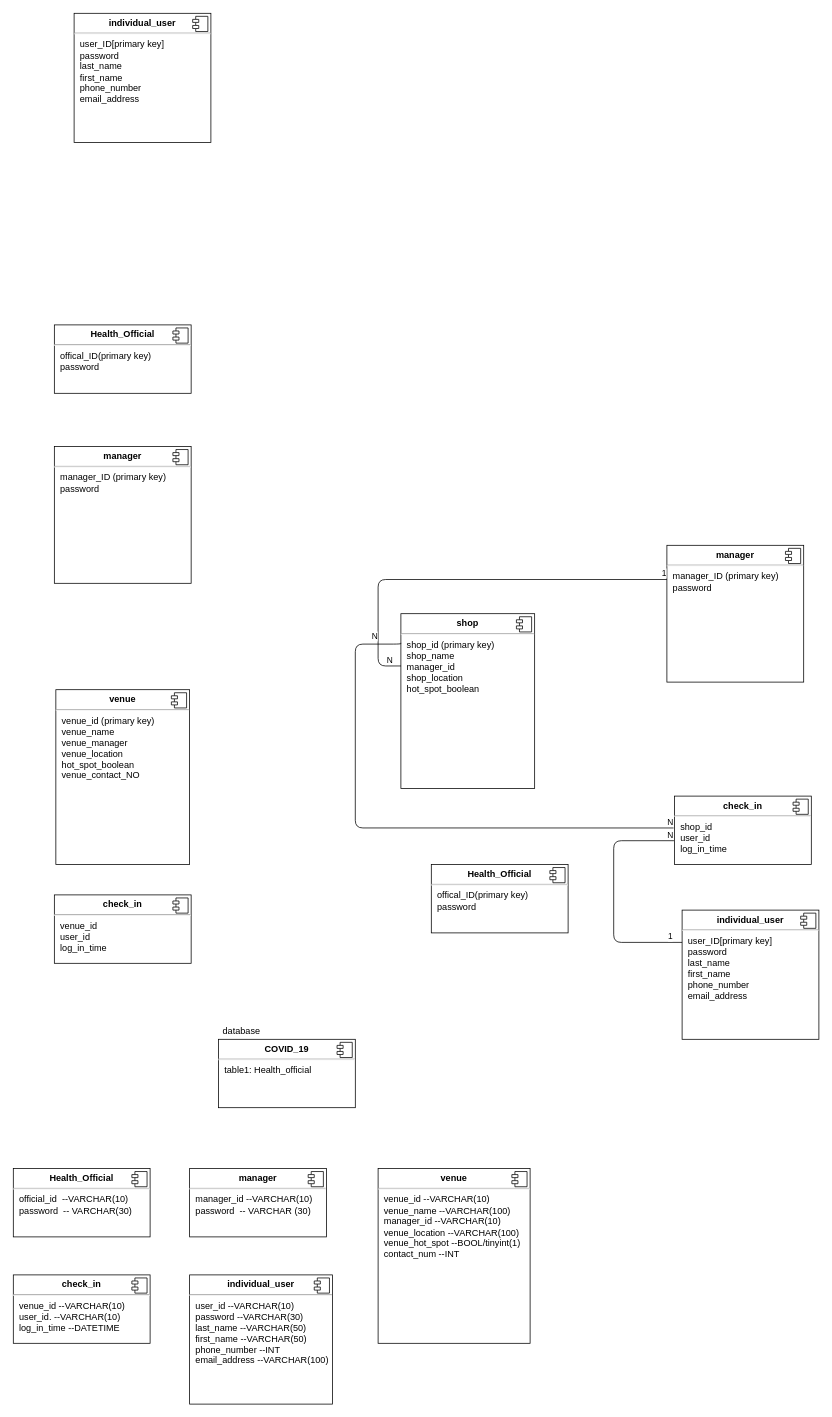
Before: schema.drawio in s1-wdc-project/COVID-tracing-system, a draw.io diagram. Source tidied: cells renumbered, new cells numbered last; positions are measured from the earlier drawing's top-left corner, leaving out a move shared by most shapes. Both pictures are drawn from the tidied source at 76%, with x=0, y=0 at pixel (13, 13).
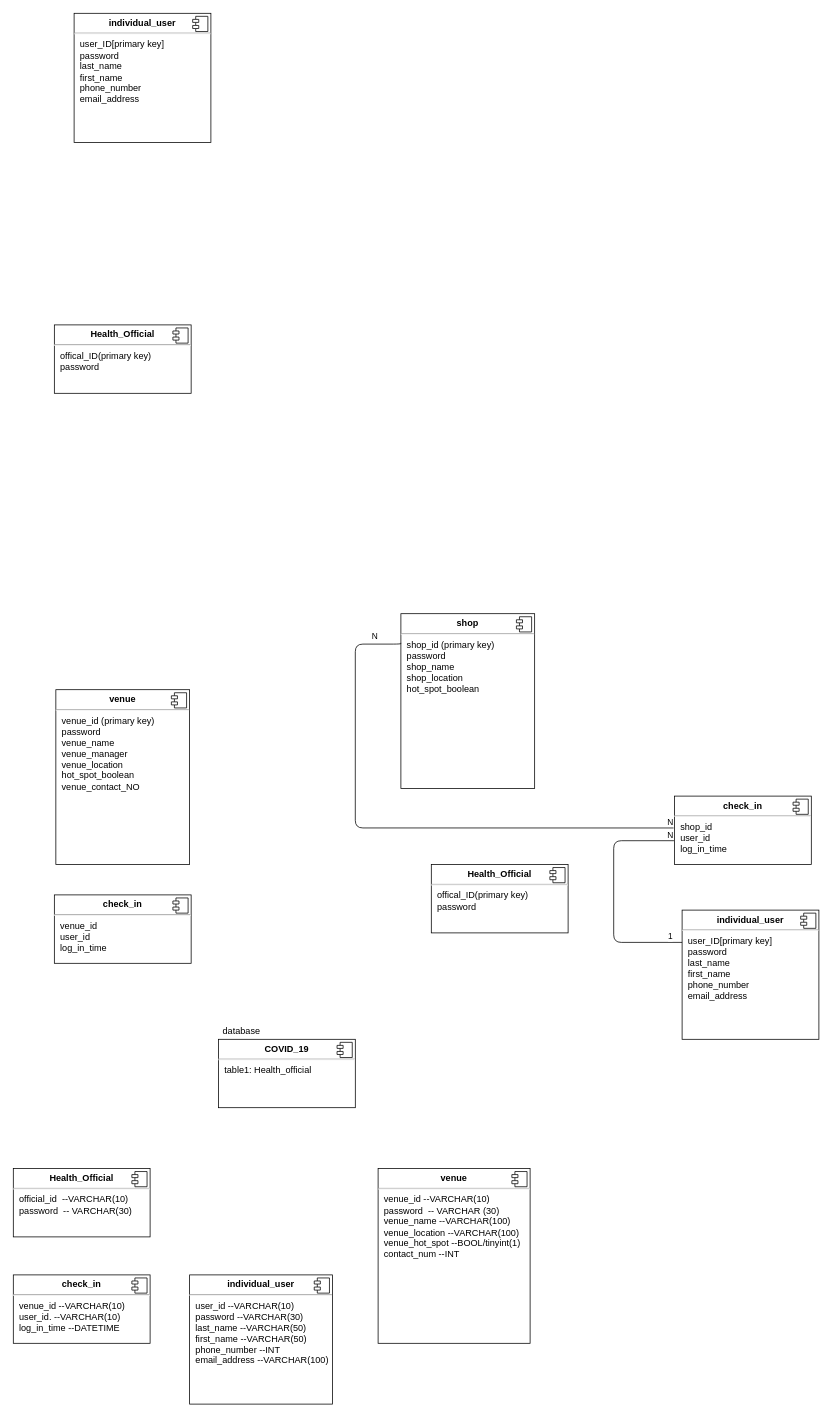
Above is the later version.

Change to the diagram source:
```diff
@@
-    <mxCell id="4" value="&lt;p style=&quot;margin: 0px ; margin-top: 6px ; text-align: center&quot;&gt;&lt;b&gt;manager&lt;/b&gt;&lt;/p&gt;&lt;hr&gt;&lt;p style=&quot;margin: 0px ; margin-left: 8px&quot;&gt;manager_ID (primary key)&lt;/p&gt;&lt;p style=&quot;margin: 0px ; margin-left: 8px&quot;&gt;&lt;span&gt;password&lt;/span&gt;&lt;br&gt;&lt;/p&gt;&lt;p style=&quot;margin: 0px ; margin-left: 8px&quot;&gt;&lt;br&gt;&lt;/p&gt;" style="align=left;overflow=fill;html=1;" parent="1" vertex="1">
-      <mxGeometry x="54" y="570" width="180" height="180" as="geometry" />
-    </mxCell>
-    <mxCell id="5" style="shape=component;jettyWidth=8;jettyHeight=4;" parent="4" vertex="1">
-      <mxGeometry x="1" width="20" height="20" relative="1" as="geometry">
-        <mxPoint x="-24" y="4" as="offset" />
-      </mxGeometry>
-    </mxCell>
@@
-    <mxCell id="8" value="&lt;p style=&quot;margin: 0px ; margin-top: 6px ; text-align: center&quot;&gt;&lt;b&gt;venue&lt;/b&gt;&lt;/p&gt;&lt;hr&gt;&lt;p style=&quot;margin: 0px ; margin-left: 8px&quot;&gt;venue_id (primary key)&lt;/p&gt;&lt;p style=&quot;margin: 0px ; margin-left: 8px&quot;&gt;&lt;span&gt;venue_name&amp;nbsp;&lt;/span&gt;&lt;br&gt;&lt;/p&gt;&lt;p style=&quot;margin: 0px ; margin-left: 8px&quot;&gt;&lt;span&gt;venue_manager&lt;/span&gt;&lt;/p&gt;&lt;p style=&quot;margin: 0px ; margin-left: 8px&quot;&gt;&lt;span&gt;venue_location&amp;nbsp;&lt;/span&gt;&lt;/p&gt;&lt;p style=&quot;margin: 0px ; margin-left: 8px&quot;&gt;&lt;span&gt;hot_spot_boolean&lt;/span&gt;&lt;/p&gt;&lt;p style=&quot;margin: 0px ; margin-left: 8px&quot;&gt;&lt;span&gt;venue_contact_NO&lt;/span&gt;&lt;/p&gt;&lt;p style=&quot;margin: 0px ; margin-left: 8px&quot;&gt;&lt;br&gt;&lt;/p&gt;&lt;p style=&quot;margin: 0px ; margin-left: 8px&quot;&gt;&lt;span&gt;&lt;br&gt;&lt;/span&gt;&lt;/p&gt;&lt;p style=&quot;margin: 0px ; margin-left: 8px&quot;&gt;&lt;span&gt;&lt;br&gt;&lt;/span&gt;&lt;/p&gt;" style="align=left;overflow=fill;html=1;" parent="1" vertex="1">
+    <mxCell id="8" value="&lt;p style=&quot;margin: 0px ; margin-top: 6px ; text-align: center&quot;&gt;&lt;b&gt;venue&lt;/b&gt;&lt;/p&gt;&lt;hr&gt;&lt;p style=&quot;margin: 0px ; margin-left: 8px&quot;&gt;venue_id (primary key)&lt;/p&gt;&lt;p style=&quot;margin: 0px ; margin-left: 8px&quot;&gt;password&lt;br&gt;&lt;/p&gt;&lt;p style=&quot;margin: 0px ; margin-left: 8px&quot;&gt;&lt;span&gt;venue_name&amp;nbsp;&lt;/span&gt;&lt;br&gt;&lt;/p&gt;&lt;p style=&quot;margin: 0px ; margin-left: 8px&quot;&gt;&lt;span&gt;venue_manager&lt;/span&gt;&lt;/p&gt;&lt;p style=&quot;margin: 0px ; margin-left: 8px&quot;&gt;&lt;span&gt;venue_location&amp;nbsp;&lt;/span&gt;&lt;/p&gt;&lt;p style=&quot;margin: 0px ; margin-left: 8px&quot;&gt;&lt;span&gt;hot_spot_boolean&lt;/span&gt;&lt;/p&gt;&lt;p style=&quot;margin: 0px ; margin-left: 8px&quot;&gt;&lt;span&gt;venue_contact_NO&lt;/span&gt;&lt;/p&gt;&lt;p style=&quot;margin: 0px ; margin-left: 8px&quot;&gt;&lt;br&gt;&lt;/p&gt;&lt;p style=&quot;margin: 0px ; margin-left: 8px&quot;&gt;&lt;span&gt;&lt;br&gt;&lt;/span&gt;&lt;/p&gt;&lt;p style=&quot;margin: 0px ; margin-left: 8px&quot;&gt;&lt;span&gt;&lt;br&gt;&lt;/span&gt;&lt;/p&gt;" style="align=left;overflow=fill;html=1;" parent="1" vertex="1">
       <mxGeometry x="56" y="890" width="176" height="230" as="geometry" />
     </mxCell>
@@
-    <mxCell id="14" value="&lt;p style=&quot;margin: 0px ; margin-top: 6px ; text-align: center&quot;&gt;&lt;b&gt;manager&lt;/b&gt;&lt;/p&gt;&lt;hr&gt;&lt;p style=&quot;margin: 0px ; margin-left: 8px&quot;&gt;manager_ID (primary key)&lt;/p&gt;&lt;p style=&quot;margin: 0px ; margin-left: 8px&quot;&gt;&lt;span&gt;password&lt;/span&gt;&lt;br&gt;&lt;/p&gt;&lt;p style=&quot;margin: 0px ; margin-left: 8px&quot;&gt;&lt;br&gt;&lt;/p&gt;" style="align=left;overflow=fill;html=1;" parent="1" vertex="1">
-      <mxGeometry x="860" y="700" width="180" height="180" as="geometry" />
-    </mxCell>
-    <mxCell id="15" style="shape=component;jettyWidth=8;jettyHeight=4;" parent="14" vertex="1">
-      <mxGeometry x="1" width="20" height="20" relative="1" as="geometry">
-        <mxPoint x="-24" y="4" as="offset" />
-      </mxGeometry>
-    </mxCell>
-    <mxCell id="16" value="&lt;p style=&quot;margin: 0px ; margin-top: 6px ; text-align: center&quot;&gt;&lt;b&gt;shop&lt;/b&gt;&lt;/p&gt;&lt;hr&gt;&lt;p style=&quot;margin: 0px ; margin-left: 8px&quot;&gt;shop_id (primary key)&lt;/p&gt;&lt;p style=&quot;margin: 0px ; margin-left: 8px&quot;&gt;&lt;span&gt;shop_name&amp;nbsp;&lt;/span&gt;&lt;/p&gt;&lt;p style=&quot;margin: 0px ; margin-left: 8px&quot;&gt;&lt;span&gt;manager_id&lt;/span&gt;&lt;/p&gt;&lt;p style=&quot;margin: 0px ; margin-left: 8px&quot;&gt;&lt;span&gt;shop_location&amp;nbsp;&lt;/span&gt;&lt;/p&gt;&lt;p style=&quot;margin: 0px ; margin-left: 8px&quot;&gt;&lt;span&gt;hot_spot_boolean&lt;/span&gt;&lt;/p&gt;&lt;p style=&quot;margin: 0px ; margin-left: 8px&quot;&gt;&lt;span&gt;&lt;br&gt;&lt;/span&gt;&lt;/p&gt;&lt;p style=&quot;margin: 0px ; margin-left: 8px&quot;&gt;&lt;span&gt;&lt;br&gt;&lt;/span&gt;&lt;/p&gt;" style="align=left;overflow=fill;html=1;" parent="1" vertex="1">
+    <mxCell id="16" value="&lt;p style=&quot;margin: 0px ; margin-top: 6px ; text-align: center&quot;&gt;&lt;b&gt;shop&lt;/b&gt;&lt;/p&gt;&lt;hr&gt;&lt;p style=&quot;margin: 0px ; margin-left: 8px&quot;&gt;shop_id (primary key&lt;span&gt;)&lt;/span&gt;&lt;/p&gt;&lt;p style=&quot;margin: 0px 0px 0px 8px&quot;&gt;password&lt;/p&gt;&lt;p style=&quot;margin: 0px ; margin-left: 8px&quot;&gt;&lt;span&gt;shop_name&amp;nbsp;&lt;/span&gt;&lt;/p&gt;&lt;p style=&quot;margin: 0px ; margin-left: 8px&quot;&gt;&lt;span&gt;shop_location&amp;nbsp;&lt;/span&gt;&lt;/p&gt;&lt;p style=&quot;margin: 0px ; margin-left: 8px&quot;&gt;&lt;span&gt;hot_spot_boolean&lt;/span&gt;&lt;/p&gt;&lt;p style=&quot;margin: 0px ; margin-left: 8px&quot;&gt;&lt;span&gt;&lt;br&gt;&lt;/span&gt;&lt;/p&gt;&lt;p style=&quot;margin: 0px ; margin-left: 8px&quot;&gt;&lt;span&gt;&lt;br&gt;&lt;/span&gt;&lt;/p&gt;" style="align=left;overflow=fill;html=1;" parent="1" vertex="1">
       <mxGeometry x="510" y="790" width="176" height="230" as="geometry" />
     </mxCell>
@@
-    <mxCell id="18" style="endArrow=none;html=1;edgeStyle=orthogonalEdgeStyle;entryX=0;entryY=0.25;entryDx=0;entryDy=0;exitX=0.001;exitY=0.299;exitDx=0;exitDy=0;exitPerimeter=0;" parent="1" edge="1" source="16" target="14">
-      <mxGeometry relative="1" as="geometry">
-        <Array as="points">
-          <mxPoint x="480" y="859" />
-          <mxPoint x="480" y="745" />
-        </Array>
-      </mxGeometry>
-    </mxCell>
-    <mxCell id="19" value="N" style="edgeLabel;html=1;align=left;verticalAlign=bottom;" parent="18" vertex="1">
-      <mxGeometry x="-1" relative="1" as="geometry">
-        <mxPoint x="-20" as="offset" />
-      </mxGeometry>
-    </mxCell>
-    <mxCell id="20" value="1" style="edgeLabel;html=1;align=right;verticalAlign=bottom;" parent="18" vertex="1">
-      <mxGeometry x="1" relative="1" as="geometry" />
-    </mxCell>
@@
-    <mxCell id="36" value="&lt;p style=&quot;margin: 0px ; margin-top: 6px ; text-align: center&quot;&gt;&lt;b&gt;manager&lt;/b&gt;&lt;/p&gt;&lt;hr&gt;&lt;p style=&quot;margin: 0px ; margin-left: 8px&quot;&gt;manager_id --VARCHAR(10)&lt;/p&gt;&lt;p style=&quot;margin: 0px ; margin-left: 8px&quot;&gt;password&amp;nbsp; -- VARCHAR (30)&lt;/p&gt;&lt;p style=&quot;margin: 0px ; margin-left: 8px&quot;&gt;&lt;br&gt;&lt;/p&gt;" style="align=left;overflow=fill;html=1;" parent="1" vertex="1">
-      <mxGeometry x="232" y="1520" width="180" height="90" as="geometry" />
-    </mxCell>
-    <mxCell id="37" style="shape=component;jettyWidth=8;jettyHeight=4;" parent="36" vertex="1">
-      <mxGeometry x="1" width="20" height="20" relative="1" as="geometry">
-        <mxPoint x="-24" y="4" as="offset" />
-      </mxGeometry>
-    </mxCell>
-    <mxCell id="38" value="&lt;p style=&quot;margin: 0px ; margin-top: 6px ; text-align: center&quot;&gt;&lt;b&gt;venue&lt;/b&gt;&lt;/p&gt;&lt;hr&gt;&lt;p style=&quot;margin: 0px ; margin-left: 8px&quot;&gt;venue_id --VARCHAR(10)&lt;/p&gt;&lt;p style=&quot;margin: 0px ; margin-left: 8px&quot;&gt;&lt;span&gt;venue_name --VARCHAR(100)&lt;/span&gt;&lt;/p&gt;&lt;p style=&quot;margin: 0px ; margin-left: 8px&quot;&gt;manager_id --VARCHAR(10)&lt;/p&gt;&lt;p style=&quot;margin: 0px ; margin-left: 8px&quot;&gt;&lt;span&gt;venue_location --VARCHAR(100)&lt;/span&gt;&lt;/p&gt;&lt;p style=&quot;margin: 0px ; margin-left: 8px&quot;&gt;&lt;span&gt;venue_hot_spot --BOOL/tinyint(1)&lt;/span&gt;&lt;/p&gt;&lt;p style=&quot;margin: 0px ; margin-left: 8px&quot;&gt;contact_num --INT&amp;nbsp;&lt;/p&gt;&lt;p style=&quot;margin: 0px ; margin-left: 8px&quot;&gt;&lt;br&gt;&lt;/p&gt;&lt;p style=&quot;margin: 0px ; margin-left: 8px&quot;&gt;&lt;span&gt;&lt;br&gt;&lt;/span&gt;&lt;/p&gt;&lt;p style=&quot;margin: 0px ; margin-left: 8px&quot;&gt;&lt;span&gt;&lt;br&gt;&lt;/span&gt;&lt;/p&gt;" style="align=left;overflow=fill;html=1;" parent="1" vertex="1">
+    <mxCell id="38" value="&lt;p style=&quot;margin: 0px ; margin-top: 6px ; text-align: center&quot;&gt;&lt;b&gt;venue&lt;/b&gt;&lt;/p&gt;&lt;hr&gt;&lt;p style=&quot;margin: 0px ; margin-left: 8px&quot;&gt;venue_id --VARCHAR(10)&lt;/p&gt;&lt;p style=&quot;margin: 0px ; margin-left: 8px&quot;&gt;password&amp;nbsp; -- VARCHAR (30)&lt;br&gt;&lt;/p&gt;&lt;p style=&quot;margin: 0px ; margin-left: 8px&quot;&gt;&lt;span&gt;venue_name --VARCHAR(100)&lt;/span&gt;&lt;/p&gt;&lt;p style=&quot;margin: 0px ; margin-left: 8px&quot;&gt;&lt;span&gt;venue_location --VARCHAR(100)&lt;/span&gt;&lt;/p&gt;&lt;p style=&quot;margin: 0px ; margin-left: 8px&quot;&gt;&lt;span&gt;venue_hot_spot --BOOL/tinyint(1)&lt;/span&gt;&lt;/p&gt;&lt;p style=&quot;margin: 0px ; margin-left: 8px&quot;&gt;contact_num --INT&amp;nbsp;&lt;/p&gt;&lt;p style=&quot;margin: 0px ; margin-left: 8px&quot;&gt;&lt;br&gt;&lt;/p&gt;&lt;p style=&quot;margin: 0px ; margin-left: 8px&quot;&gt;&lt;span&gt;&lt;br&gt;&lt;/span&gt;&lt;/p&gt;&lt;p style=&quot;margin: 0px ; margin-left: 8px&quot;&gt;&lt;span&gt;&lt;br&gt;&lt;/span&gt;&lt;/p&gt;" style="align=left;overflow=fill;html=1;" parent="1" vertex="1">
       <mxGeometry x="480" y="1520" width="200" height="230" as="geometry" />
     </mxCell>
```
